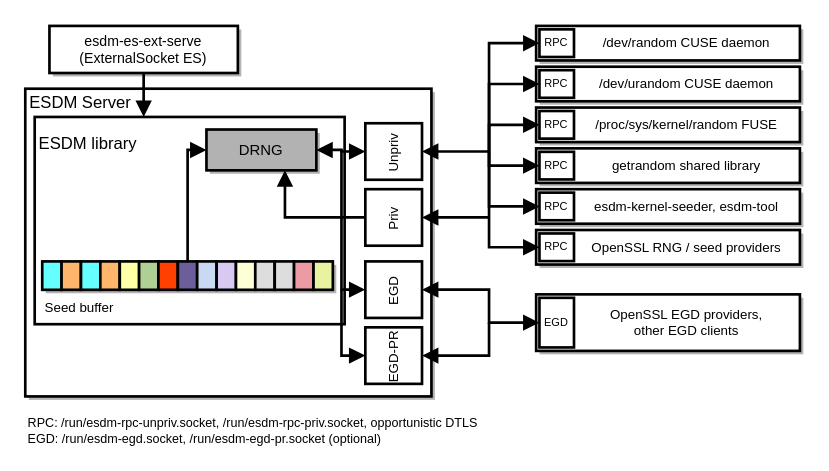
thillux/esdm keeps this draw.io diagram as doc/typst/figures/deck-components.drawio. Above is the earlier version. Source tidied: cells renumbered, new cells numbered last; positions are measured from the earlier drawing's top-left corner, leaving out a move shared by most shapes. Both pictures are drawn from the tidied source at 157%, with x=0, y=0 at pixel (25, 25).
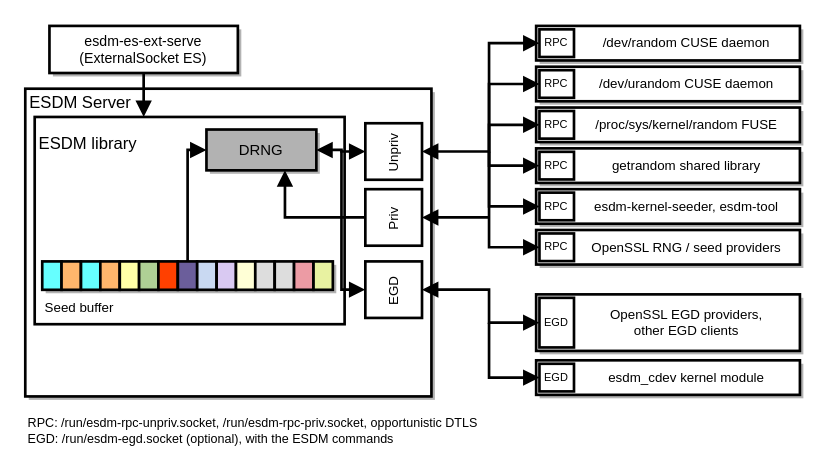
Above is the later version.

Commit message (it also covers changes not shown here):
doc: describe the ESDM commands of the EGD interface and esdm_cdev

Diff of the diagram source:
```diff
@@
-    <mxCell id="28" value="EGD-PR" style="strokeColor=#000000;strokeWidth=1.7;rounded=0;fontFamily=Liberation Sans;fontColor=#000000;html=0;fontSize=8.5;fillColor=#FFFFFF;horizontal=0;" parent="1" vertex="1">
-      <mxGeometry x="216.2" y="192" width="36.1" height="36" as="geometry" />
-    </mxCell>
@@
-    <mxCell id="32" style="strokeColor=#000000;strokeWidth=1.7;edgeStyle=none;rounded=0;html=0;endArrow=block;startArrow=none;endFill=1;startFill=1;endSize=6;startSize=6;" parent="1" edge="1">
-      <mxGeometry relative="1" as="geometry">
-        <mxPoint x="201" y="168" as="sourcePoint" />
-        <mxPoint x="216.2" y="210" as="targetPoint" />
-        <Array as="points">
-          <mxPoint x="201" y="210" />
-        </Array>
-      </mxGeometry>
-    </mxCell>
@@
-    <mxCell id="69" style="strokeColor=#000000;strokeWidth=1.7;edgeStyle=none;rounded=0;html=0;endArrow=none;startArrow=block;endFill=1;startFill=1;endSize=6;startSize=6;" parent="1" edge="1">
-      <mxGeometry relative="1" as="geometry">
-        <mxPoint x="252.3" y="210" as="sourcePoint" />
-        <mxPoint x="295" y="189" as="targetPoint" />
-        <Array as="points">
-          <mxPoint x="295" y="210" />
-        </Array>
-      </mxGeometry>
-    </mxCell>
+    <mxCell id="74" style="rounded=0;strokeColor=none;fillColor=#B3B3B3;html=0;" parent="1" vertex="1">
+      <mxGeometry x="327.2" y="215.2" width="168" height="22" as="geometry" />
+    </mxCell>
+    <mxCell id="75" value="esdm_cdev kernel module" style="strokeColor=#000000;strokeWidth=1.7;rounded=0;fontFamily=Liberation Sans;fontColor=#000000;html=0;fontSize=8.5;fillColor=#FFFFFF;spacingLeft=24;" parent="1" vertex="1">
+      <mxGeometry x="325" y="213" width="168" height="22" as="geometry" />
+    </mxCell>
+    <mxCell id="76" style="strokeColor=#000000;strokeWidth=1.7;rounded=0;fontFamily=Liberation Sans;fontColor=#000000;html=0;fillColor=#FFFFFF;" parent="1" vertex="1">
+      <mxGeometry x="327.1" y="215.2" width="22" height="17.6" as="geometry" />
+    </mxCell>
+    <mxCell id="77" value="EGD" style="fontFamily=Liberation Sans;fontColor=#000000;html=0;text;strokeColor=none;fillColor=none;fontSize=7.0;align=center;verticalAlign=middle;" parent="1" vertex="1">
+      <mxGeometry x="327.1" y="215.2" width="22" height="17.6" as="geometry" />
+    </mxCell>
+    <mxCell id="78" style="strokeColor=#000000;strokeWidth=1.7;edgeStyle=none;rounded=0;html=0;endArrow=block;startArrow=none;endFill=1;startFill=1;endSize=6;startSize=6;" parent="1" edge="1">
+      <mxGeometry relative="1" as="geometry">
+        <mxPoint x="295" y="189" as="sourcePoint" />
+        <mxPoint x="327.1" y="224" as="targetPoint" />
+        <Array as="points">
+          <mxPoint x="295" y="224" />
+        </Array>
+      </mxGeometry>
+    </mxCell>
-    <mxCell id="70" value="RPC: /run/esdm-rpc-unpriv.socket, /run/esdm-rpc-priv.socket, opportunistic DTLS&#10;EGD: /run/esdm-egd.socket, /run/esdm-egd-pr.socket (optional)" style="fontFamily=Liberation Sans;fontColor=#000000;html=0;text;strokeColor=none;fillColor=none;fontSize=8.0;align=left;verticalAlign=top;" parent="1" vertex="1">
+    <mxCell id="70" value="RPC: /run/esdm-rpc-unpriv.socket, /run/esdm-rpc-priv.socket, opportunistic DTLS&#10;EGD: /run/esdm-egd.socket (optional), with the ESDM commands" style="fontFamily=Liberation Sans;fontColor=#000000;html=0;text;strokeColor=none;fillColor=none;fontSize=8.0;align=left;verticalAlign=top;" parent="1" vertex="1">
       <mxGeometry x="-0.4" y="242" width="420" height="24" as="geometry" />
     </mxCell>
```
